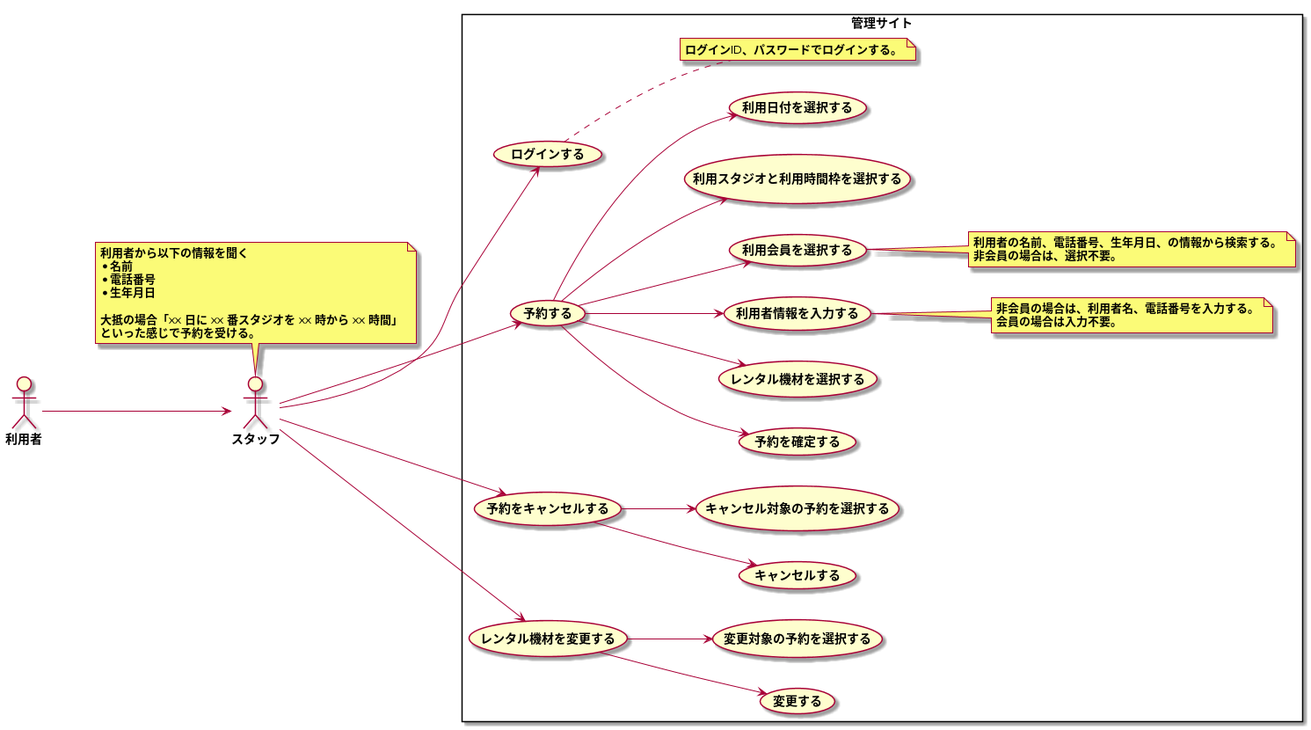
The PlantUML diagram modeling/05_Usecase_電話予約/Usecase.png in TakashiOnawa/ddd-practice-studio-reservation, before a commit.
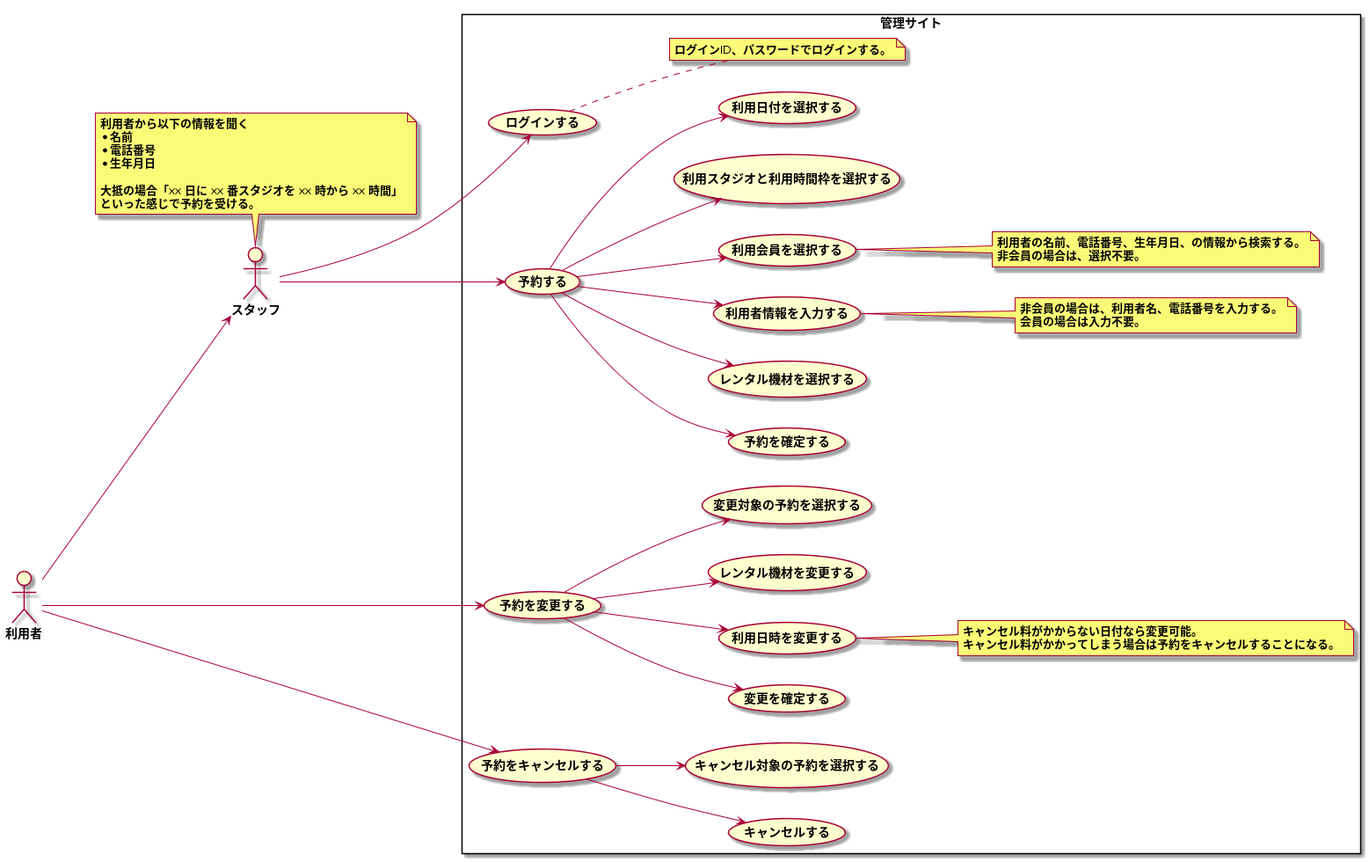
Later version of the same file.

Commit message:
ユースケース修正。

What changed in the source:
```diff
@@ -41,13 +41,20 @@
     会員の場合は入力不要。
     end note
 
-    スタッフ --> (予約をキャンセルする)
+    利用者 --> (予約を変更する)
+    (予約を変更する) --> (変更を確定する)
+    (予約を変更する) --> (利用日時を変更する)
+    (予約を変更する) --> (レンタル機材を変更する)
+    (予約を変更する) --> (変更対象の予約を選択する)
+
+    note right of (利用日時を変更する)
+    キャンセル料がかからない日付なら変更可能。
+    キャンセル料がかかってしまう場合は予約をキャンセルすることになる。
+    end note
+
+    利用者 --> (予約をキャンセルする)
     (予約をキャンセルする) --> (キャンセルする)
     (予約をキャンセルする) --> (キャンセル対象の予約を選択する)
-
-    スタッフ --> (レンタル機材を変更する)
-    (レンタル機材を変更する) --> (変更する)
-    (レンタル機材を変更する) --> (変更対象の予約を選択する)
 }
 
 @enduml
```
